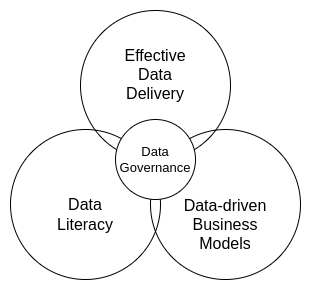
CertusGroup/ciutshi keeps this draw.io diagram as docs/source/static/images/dg_concepts.png. Above is the earlier version. Source tidied: cells renumbered, new cells last; positions are measured from the earlier drawing's top-left corner, leaving out a move shared by most shapes.
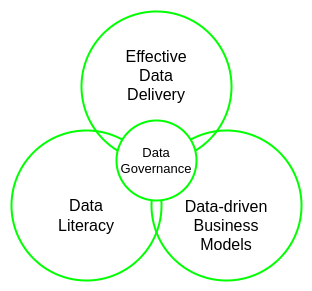
Above is the later version.

Diff of the diagram source:
```diff
@@ -2,25 +2,25 @@
   <root>
     <mxCell id="0" />
     <mxCell id="1" parent="0" />
-    <mxCell id="2" style="ellipse;whiteSpace=wrap;html=1;fontSize=16;fillColor=none;" parent="1" vertex="1">
+    <mxCell id="2" style="ellipse;whiteSpace=wrap;html=1;fontSize=16;fillColor=none;strokeColor=#00FF00;strokeWidth=2;" parent="1" vertex="1">
       <mxGeometry y="119" width="150" height="150" as="geometry" />
     </mxCell>
-    <mxCell id="3" style="ellipse;whiteSpace=wrap;html=1;fontSize=16;fillColor=none;" parent="1" vertex="1">
+    <mxCell id="3" style="ellipse;whiteSpace=wrap;html=1;fontSize=16;fillColor=none;strokeColor=#00FF00;strokeWidth=2;" parent="1" vertex="1">
       <mxGeometry x="140" y="119" width="150" height="150" as="geometry" />
     </mxCell>
-    <mxCell id="4" value="Data&lt;br&gt;Literacy" style="text;html=1;strokeColor=none;fillColor=none;align=center;verticalAlign=middle;whiteSpace=wrap;rounded=0;fontSize=16;" parent="1" vertex="1">
+    <mxCell id="4" value="Data&lt;br&gt;Literacy" style="text;html=1;strokeColor=none;fillColor=none;align=center;verticalAlign=middle;whiteSpace=wrap;rounded=0;fontSize=16;strokeWidth=2;" parent="1" vertex="1">
       <mxGeometry x="45" y="189" width="60" height="30" as="geometry" />
     </mxCell>
-    <mxCell id="5" value="Data-driven&lt;br&gt;Business&lt;br&gt;Models" style="text;html=1;strokeColor=none;fillColor=none;align=center;verticalAlign=middle;whiteSpace=wrap;rounded=0;fontSize=16;" parent="1" vertex="1">
+    <mxCell id="5" value="Data-driven&lt;br&gt;Business&lt;br&gt;Models" style="text;html=1;strokeColor=none;fillColor=none;align=center;verticalAlign=middle;whiteSpace=wrap;rounded=0;fontSize=16;strokeWidth=2;" parent="1" vertex="1">
       <mxGeometry x="165" y="199" width="100" height="30" as="geometry" />
     </mxCell>
-    <mxCell id="6" style="ellipse;whiteSpace=wrap;html=1;fontSize=16;fillColor=none;" parent="1" vertex="1">
+    <mxCell id="6" style="ellipse;whiteSpace=wrap;html=1;fontSize=16;fillColor=none;strokeColor=#00FF00;strokeWidth=2;" parent="1" vertex="1">
       <mxGeometry x="70" width="150" height="150" as="geometry" />
     </mxCell>
-    <mxCell id="7" value="Effective&lt;br&gt;Data&lt;br&gt;Delivery" style="text;html=1;strokeColor=none;fillColor=none;align=center;verticalAlign=middle;whiteSpace=wrap;rounded=0;fontSize=16;" parent="1" vertex="1">
+    <mxCell id="7" value="Effective&lt;br&gt;Data&lt;br&gt;Delivery" style="text;html=1;strokeColor=none;fillColor=none;align=center;verticalAlign=middle;whiteSpace=wrap;rounded=0;fontSize=16;strokeWidth=2;" parent="1" vertex="1">
       <mxGeometry x="95" y="49" width="100" height="30" as="geometry" />
     </mxCell>
-    <mxCell id="8" value="Data&lt;br style=&quot;font-size: 13px;&quot;&gt;Governance" style="ellipse;whiteSpace=wrap;html=1;fontSize=13;fillColor=default;" parent="1" vertex="1">
+    <mxCell id="8" value="Data&lt;br style=&quot;font-size: 13px;&quot;&gt;Governance" style="ellipse;whiteSpace=wrap;html=1;fontSize=13;fillColor=default;strokeColor=#00FF00;strokeWidth=2;" parent="1" vertex="1">
       <mxGeometry x="105" y="109" width="80" height="80" as="geometry" />
     </mxCell>
   </root>
```
